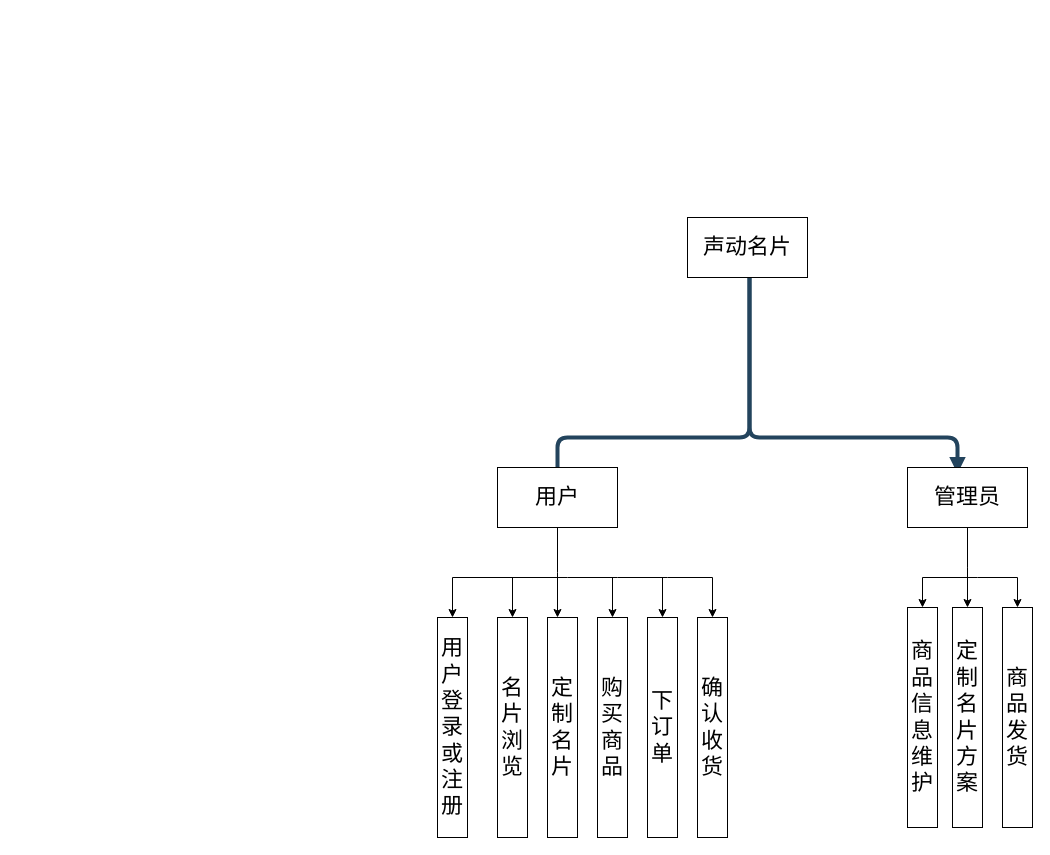
Earlier version of the draw.io diagram 计算机设计大赛3.2图.drawio (mydubai7794/zhihubot). Source tidied: cells renumbered, new cells numbered last; positions are measured from the earlier drawing's top-left corner, leaving out a move shared by most shapes. Both pictures are drawn from the tidied source at 100%, with x=0, y=0 at pixel (437, 217).
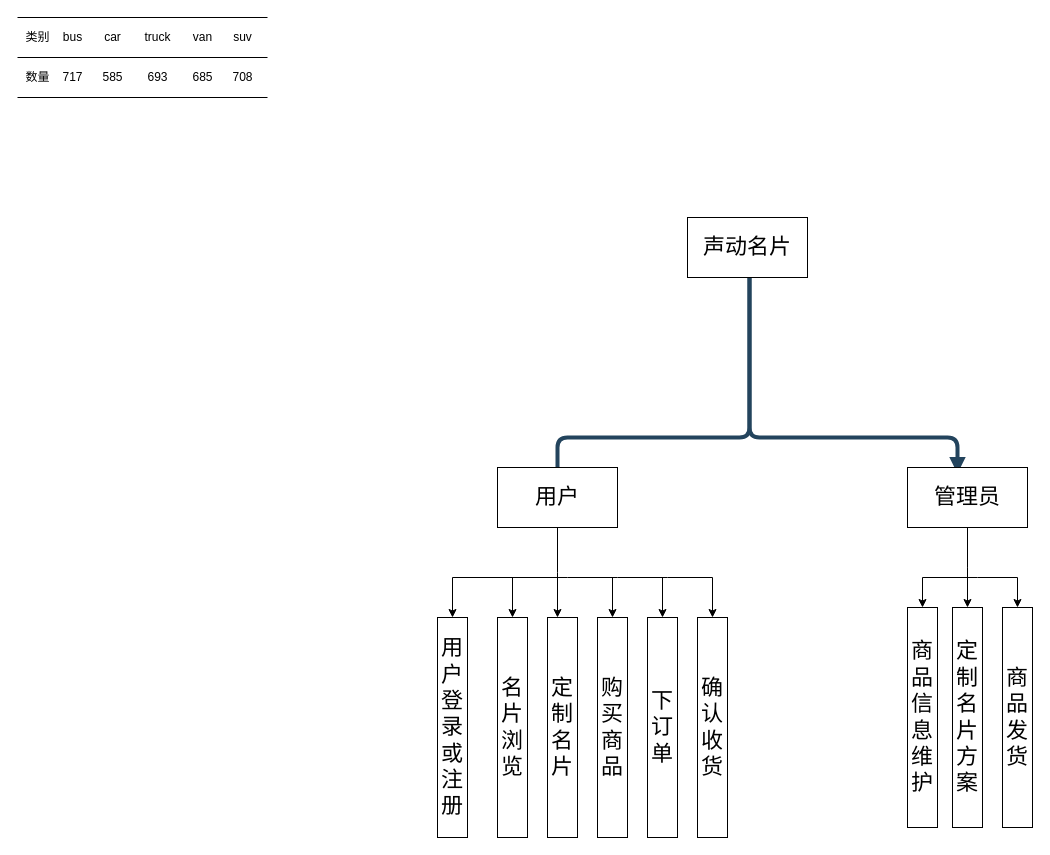
The same diagram, later.

Commit message:
Update 计算机设计大赛3.2图.drawio

What changed in the source:
```diff
@@
+    <mxCell id="25" style="endArrow=none;html=1;" parent="1" edge="1">
+      <mxGeometry relative="1" as="geometry">
+        <mxPoint x="-420" y="-200" as="sourcePoint" />
+        <mxPoint x="-170" y="-200" as="targetPoint" />
+      </mxGeometry>
+    </mxCell>
+    <mxCell id="26" style="endArrow=none;html=1;" parent="1" edge="1">
+      <mxGeometry relative="1" as="geometry">
+        <mxPoint x="-420" y="-120" as="sourcePoint" />
+        <mxPoint x="-170" y="-120" as="targetPoint" />
+      </mxGeometry>
+    </mxCell>
+    <mxCell id="27" style="endArrow=none;html=1;" parent="1" edge="1">
+      <mxGeometry relative="1" as="geometry">
+        <mxPoint x="-420" y="-160" as="sourcePoint" />
+        <mxPoint x="-170" y="-160" as="targetPoint" />
+      </mxGeometry>
+    </mxCell>
+    <mxCell id="28" value="类别" style="text;html=1;align=center;verticalAlign=middle;strokeColor=none;" parent="1" vertex="1">
+      <mxGeometry x="-420" y="-190" width="40" height="20" as="geometry" />
+    </mxCell>
+    <mxCell id="29" value="数量" style="text;html=1;align=center;verticalAlign=middle;strokeColor=none;" parent="1" vertex="1">
+      <mxGeometry x="-420" y="-150" width="40" height="20" as="geometry" />
+    </mxCell>
+    <mxCell id="30" value="bus" style="text;html=1;align=center;verticalAlign=middle;strokeColor=none;" parent="1" vertex="1">
+      <mxGeometry x="-380" y="-190" width="30" height="20" as="geometry" />
+    </mxCell>
+    <mxCell id="31" value="van" style="text;html=1;align=center;verticalAlign=middle;strokeColor=none;" parent="1" vertex="1">
+      <mxGeometry x="-250" y="-190" width="30" height="20" as="geometry" />
+    </mxCell>
+    <mxCell id="32" value="truck" style="text;html=1;align=center;verticalAlign=middle;strokeColor=none;" parent="1" vertex="1">
+      <mxGeometry x="-300" y="-190" width="40" height="20" as="geometry" />
+    </mxCell>
+    <mxCell id="33" value="suv" style="text;html=1;align=center;verticalAlign=middle;strokeColor=none;" parent="1" vertex="1">
+      <mxGeometry x="-210" y="-190" width="30" height="20" as="geometry" />
+    </mxCell>
+    <mxCell id="34" value="car" style="text;html=1;align=center;verticalAlign=middle;strokeColor=none;" parent="1" vertex="1">
+      <mxGeometry x="-340" y="-190" width="30" height="20" as="geometry" />
+    </mxCell>
+    <mxCell id="35" value="717" style="text;html=1;align=center;verticalAlign=middle;strokeColor=none;" parent="1" vertex="1">
+      <mxGeometry x="-385" y="-150" width="40" height="20" as="geometry" />
+    </mxCell>
+    <mxCell id="36" value="585" style="text;html=1;align=center;verticalAlign=middle;strokeColor=none;" parent="1" vertex="1">
+      <mxGeometry x="-345" y="-150" width="40" height="20" as="geometry" />
+    </mxCell>
+    <mxCell id="37" value="708" style="text;html=1;align=center;verticalAlign=middle;strokeColor=none;" parent="1" vertex="1">
+      <mxGeometry x="-215" y="-150" width="40" height="20" as="geometry" />
+    </mxCell>
+    <mxCell id="38" value="693" style="text;html=1;align=center;verticalAlign=middle;strokeColor=none;" parent="1" vertex="1">
+      <mxGeometry x="-300" y="-150" width="40" height="20" as="geometry" />
+    </mxCell>
+    <mxCell id="39" value="685" style="text;html=1;align=center;verticalAlign=middle;strokeColor=none;" parent="1" vertex="1">
+      <mxGeometry x="-255" y="-150" width="40" height="20" as="geometry" />
+    </mxCell>
```
